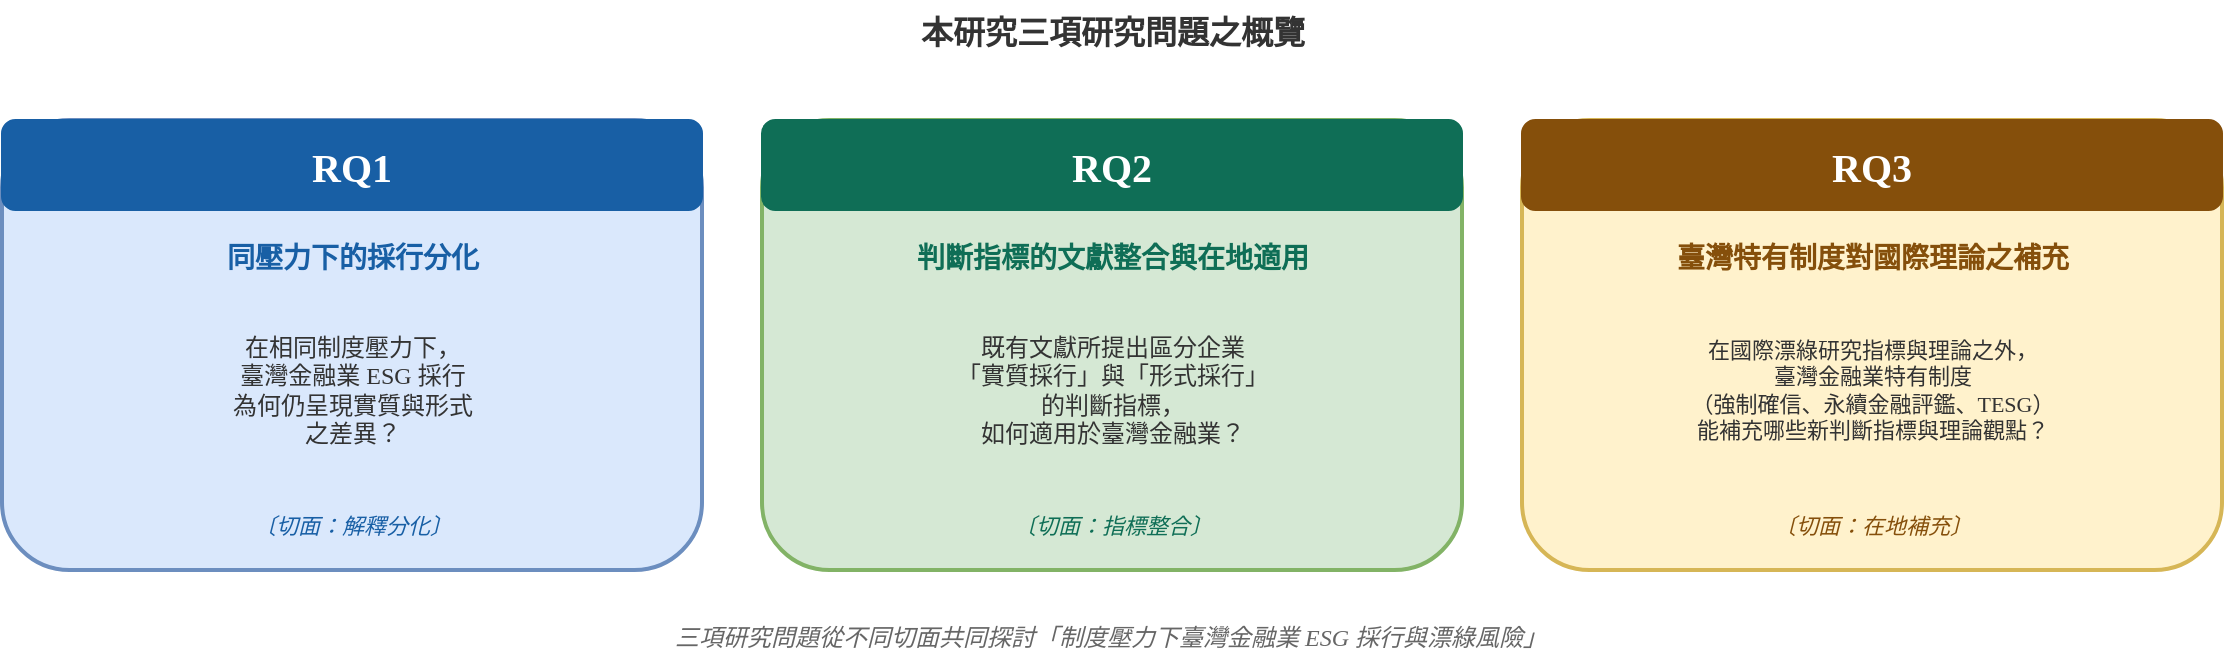
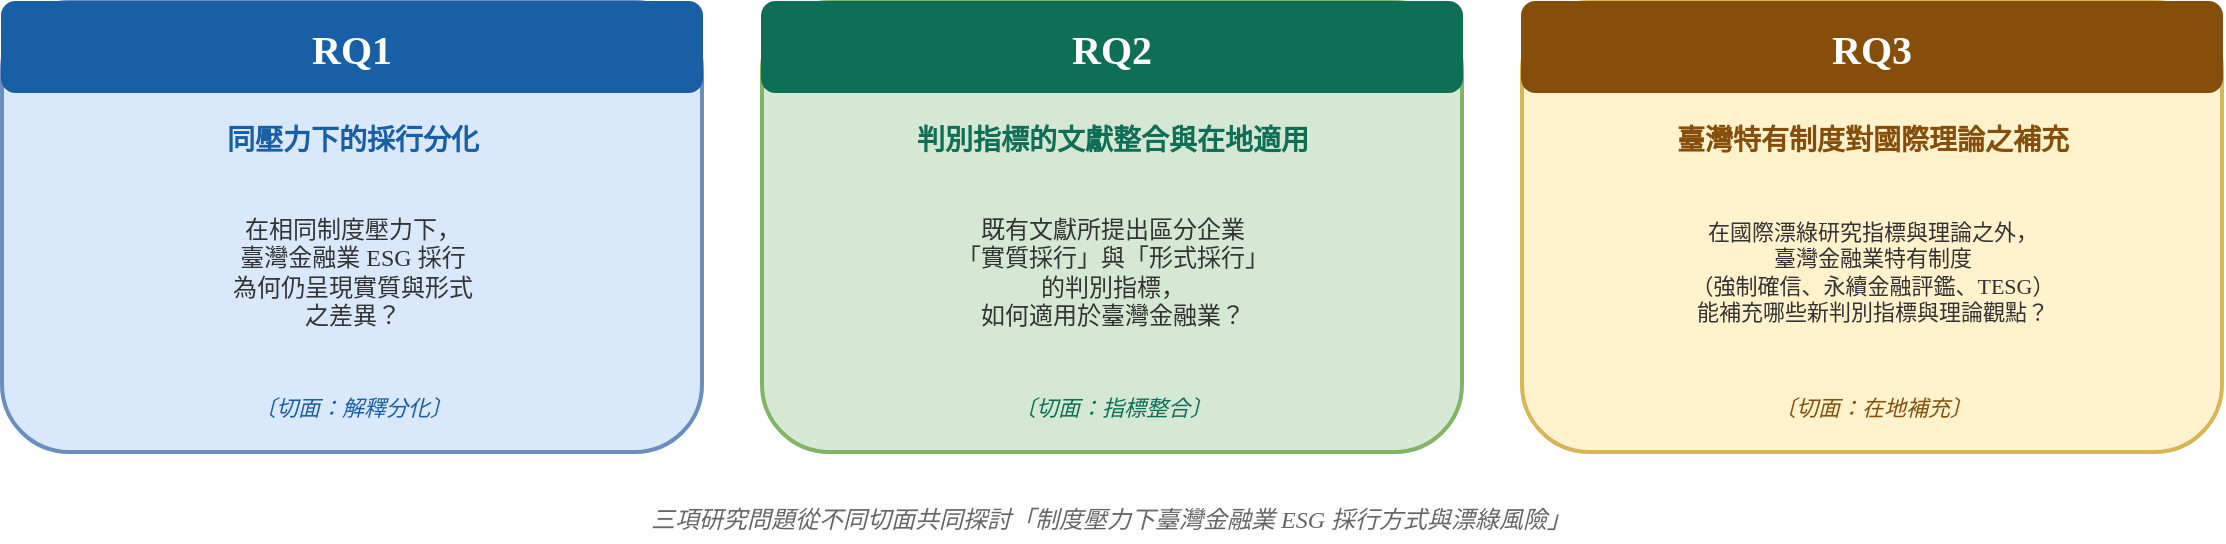
<mxfile host="app.diagrams.net">
  <diagram name="圖1 三 RQ 概覽" id="rq_overview">
    <mxGraphModel dx="1000" dy="600" grid="1" gridSize="10" guides="1" tooltips="1" connect="1" arrows="1" fold="1" page="1" pageScale="1" pageWidth="1169" pageHeight="400" math="0" shadow="0">
      <root>
        <mxCell id="0"/>
        <mxCell id="1" parent="0"/>
- 
-         <!-- Title -->
-         <mxCell id="title" value="本研究三項研究問題之概覽" style="text;html=1;fontSize=16;fontStyle=1;align=center;fontFamily=Microsoft JhengHei;fontColor=#333333;" vertex="1" parent="1">
-           <mxGeometry x="335" y="20" width="500" height="30" as="geometry"/>
-         </mxCell>

        <!-- RQ1 Card -->
        <mxCell id="rq1box" value="" style="rounded=1;whiteSpace=wrap;html=1;fillColor=#dae8fc;strokeColor=#6c8ebf;strokeWidth=2;" vertex="1" parent="1">
          <mxGeometry x="30" y="80" width="350" height="225" as="geometry"/>
        </mxCell>
        <mxCell id="rq1header" value="RQ1" style="rounded=1;whiteSpace=wrap;html=1;fontSize=20;fontStyle=1;align=center;fontFamily=Microsoft JhengHei;fontColor=#FFFFFF;fillColor=#185FA5;strokeColor=#185FA5;" vertex="1" parent="1">
          <mxGeometry x="30" y="80" width="350" height="45" as="geometry"/>
        </mxCell>
        <mxCell id="rq1subtitle" value="同壓力下的採行分化" style="text;html=1;fontSize=14;fontStyle=1;align=center;fontFamily=Microsoft JhengHei;fontColor=#185FA5;" vertex="1" parent="1">
          <mxGeometry x="30" y="135" width="350" height="25" as="geometry"/>
        </mxCell>
        <mxCell id="rq1q" value="在相同制度壓力下，&lt;br&gt;臺灣金融業 ESG 採行&lt;br&gt;為何仍呈現實質與形式&lt;br&gt;之差異？" style="text;html=1;fontSize=12;align=center;fontFamily=Microsoft JhengHei;fontColor=#333333;verticalAlign=middle;" vertex="1" parent="1">
          <mxGeometry x="40" y="170" width="330" height="90" as="geometry"/>
        </mxCell>
        <mxCell id="rq1tag" value="〔切面：解釋分化〕" style="text;html=1;fontSize=11;fontStyle=2;align=center;fontFamily=Microsoft JhengHei;fontColor=#185FA5;" vertex="1" parent="1">
          <mxGeometry x="30" y="270" width="350" height="25" as="geometry"/>
        </mxCell>

        <!-- RQ2 Card -->
        <mxCell id="rq2box" value="" style="rounded=1;whiteSpace=wrap;html=1;fillColor=#d5e8d4;strokeColor=#82b366;strokeWidth=2;" vertex="1" parent="1">
          <mxGeometry x="410" y="80" width="350" height="225" as="geometry"/>
        </mxCell>
        <mxCell id="rq2header" value="RQ2" style="rounded=1;whiteSpace=wrap;html=1;fontSize=20;fontStyle=1;align=center;fontFamily=Microsoft JhengHei;fontColor=#FFFFFF;fillColor=#0F6E56;strokeColor=#0F6E56;" vertex="1" parent="1">
          <mxGeometry x="410" y="80" width="350" height="45" as="geometry"/>
        </mxCell>
-         <mxCell id="rq2subtitle" value="判斷指標的文獻整合與在地適用" style="text;html=1;fontSize=14;fontStyle=1;align=center;fontFamily=Microsoft JhengHei;fontColor=#0F6E56;" vertex="1" parent="1">
+         <mxCell id="rq2subtitle" value="判別指標的文獻整合與在地適用" style="text;html=1;fontSize=14;fontStyle=1;align=center;fontFamily=Microsoft JhengHei;fontColor=#0F6E56;" vertex="1" parent="1">
          <mxGeometry x="410" y="135" width="350" height="25" as="geometry"/>
        </mxCell>
-         <mxCell id="rq2q" value="既有文獻所提出區分企業&lt;br&gt;「實質採行」與「形式採行」&lt;br&gt;的判斷指標，&lt;br&gt;如何適用於臺灣金融業？" style="text;html=1;fontSize=12;align=center;fontFamily=Microsoft JhengHei;fontColor=#333333;verticalAlign=middle;" vertex="1" parent="1">
+         <mxCell id="rq2q" value="既有文獻所提出區分企業&lt;br&gt;「實質採行」與「形式採行」&lt;br&gt;的判別指標，&lt;br&gt;如何適用於臺灣金融業？" style="text;html=1;fontSize=12;align=center;fontFamily=Microsoft JhengHei;fontColor=#333333;verticalAlign=middle;" vertex="1" parent="1">
          <mxGeometry x="420" y="170" width="330" height="90" as="geometry"/>
        </mxCell>
        <mxCell id="rq2tag" value="〔切面：指標整合〕" style="text;html=1;fontSize=11;fontStyle=2;align=center;fontFamily=Microsoft JhengHei;fontColor=#0F6E56;" vertex="1" parent="1">
          <mxGeometry x="410" y="270" width="350" height="25" as="geometry"/>
        </mxCell>

        <!-- RQ3 Card -->
        <mxCell id="rq3box" value="" style="rounded=1;whiteSpace=wrap;html=1;fillColor=#fff2cc;strokeColor=#d6b656;strokeWidth=2;" vertex="1" parent="1">
          <mxGeometry x="790" y="80" width="350" height="225" as="geometry"/>
        </mxCell>
        <mxCell id="rq3header" value="RQ3" style="rounded=1;whiteSpace=wrap;html=1;fontSize=20;fontStyle=1;align=center;fontFamily=Microsoft JhengHei;fontColor=#FFFFFF;fillColor=#854F0B;strokeColor=#854F0B;" vertex="1" parent="1">
          <mxGeometry x="790" y="80" width="350" height="45" as="geometry"/>
        </mxCell>
        <mxCell id="rq3subtitle" value="臺灣特有制度對國際理論之補充" style="text;html=1;fontSize=14;fontStyle=1;align=center;fontFamily=Microsoft JhengHei;fontColor=#854F0B;" vertex="1" parent="1">
          <mxGeometry x="790" y="135" width="350" height="25" as="geometry"/>
        </mxCell>
-         <mxCell id="rq3q" value="在國際漂綠研究指標與理論之外，&lt;br&gt;臺灣金融業特有制度&lt;br&gt;（強制確信、永續金融評鑑、TESG）&lt;br&gt;能補充哪些新判斷指標與理論觀點？" style="text;html=1;fontSize=11;align=center;fontFamily=Microsoft JhengHei;fontColor=#333333;verticalAlign=middle;" vertex="1" parent="1">
+         <mxCell id="rq3q" value="在國際漂綠研究指標與理論之外，&lt;br&gt;臺灣金融業特有制度&lt;br&gt;（強制確信、永續金融評鑑、TESG）&lt;br&gt;能補充哪些新判別指標與理論觀點？" style="text;html=1;fontSize=11;align=center;fontFamily=Microsoft JhengHei;fontColor=#333333;verticalAlign=middle;" vertex="1" parent="1">
          <mxGeometry x="800" y="170" width="330" height="90" as="geometry"/>
        </mxCell>
        <mxCell id="rq3tag" value="〔切面：在地補充〕" style="text;html=1;fontSize=11;fontStyle=2;align=center;fontFamily=Microsoft JhengHei;fontColor=#854F0B;" vertex="1" parent="1">
          <mxGeometry x="790" y="270" width="350" height="25" as="geometry"/>
        </mxCell>

        <!-- Footer -->
-         <mxCell id="footer" value="三項研究問題從不同切面共同探討「制度壓力下臺灣金融業 ESG 採行與漂綠風險」" style="text;html=1;fontSize=12;align=center;fontFamily=Microsoft JhengHei;fontColor=#666666;fontStyle=2;" vertex="1" parent="1">
+         <mxCell id="footer" value="三項研究問題從不同切面共同探討「制度壓力下臺灣金融業 ESG 採行方式與漂綠風險」" style="text;html=1;fontSize=12;align=center;fontFamily=Microsoft JhengHei;fontColor=#666666;fontStyle=2;" vertex="1" parent="1">
          <mxGeometry x="184" y="325" width="800" height="25" as="geometry"/>
        </mxCell>

      </root>
    </mxGraphModel>
  </diagram>
</mxfile>
